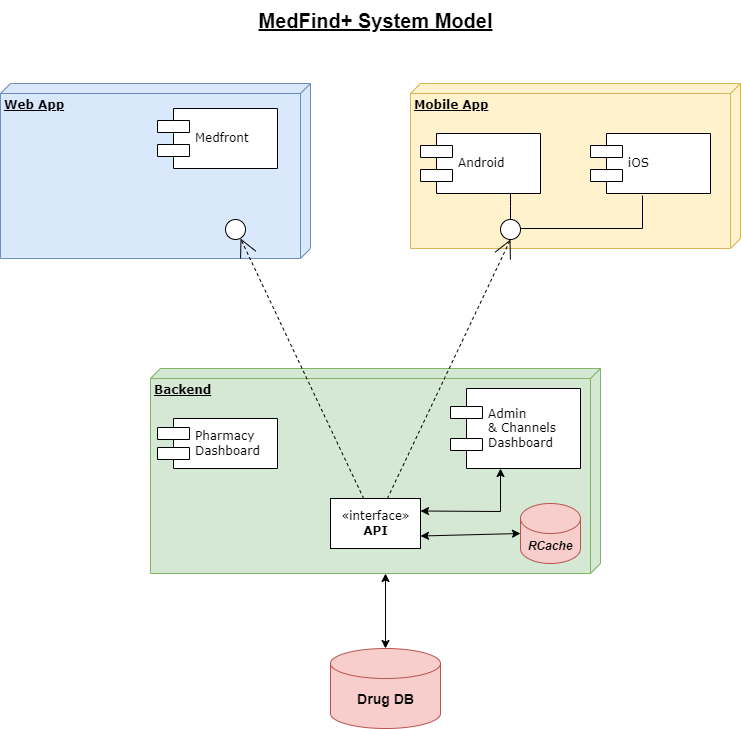
Above: MedFind01.drawio.png in cephydex/archdiags (draw.io), before the change. Source tidied: cells renumbered, new cells last; positions are measured from the earlier drawing's top-left corner, leaving out a move shared by most shapes. Source of this version:
```xml
<mxGraphModel background="#ffffff">
  <root>
    <mxCell id="0" />
    <mxCell id="1" parent="0" />
    <mxCell id="2" value="&lt;b&gt;Web App&lt;/b&gt;" style="verticalAlign=top;align=left;spacingTop=8;spacingLeft=2;spacingRight=12;shape=cube;size=10;direction=south;fontStyle=4;html=1;rounded=0;shadow=0;comic=0;labelBackgroundColor=none;strokeWidth=1;fontFamily=Verdana;fontSize=12;fillColor=#dae8fc;strokeColor=#6c8ebf;" parent="1" vertex="1">
      <mxGeometry y="83" width="310" height="175" as="geometry" />
    </mxCell>
    <mxCell id="3" value="&lt;b&gt;Mobile App&lt;/b&gt;" style="verticalAlign=top;align=left;spacingTop=8;spacingLeft=2;spacingRight=12;shape=cube;size=10;direction=south;fontStyle=4;html=1;rounded=0;shadow=0;comic=0;labelBackgroundColor=none;strokeWidth=1;fontFamily=Verdana;fontSize=12;fillColor=#fff2cc;strokeColor=#d6b656;" parent="1" vertex="1">
      <mxGeometry x="410" y="83" width="330" height="165" as="geometry" />
    </mxCell>
    <mxCell id="4" value="&lt;b&gt;Backend&lt;/b&gt;" style="verticalAlign=top;align=left;spacingTop=8;spacingLeft=2;spacingRight=12;shape=cube;size=10;direction=south;fontStyle=4;html=1;rounded=0;shadow=0;comic=0;labelBackgroundColor=none;strokeWidth=1;fontFamily=Verdana;fontSize=12;fillColor=#d5e8d4;strokeColor=#82b366;" parent="1" vertex="1">
      <mxGeometry x="150" y="368" width="450" height="205" as="geometry" />
    </mxCell>
    <mxCell id="5" value="Medfront" style="shape=component;align=left;spacingLeft=36;rounded=0;shadow=0;comic=0;labelBackgroundColor=none;strokeWidth=1;fontFamily=Verdana;fontSize=12;html=1;" parent="1" vertex="1">
      <mxGeometry x="157" y="108" width="120" height="60" as="geometry" />
    </mxCell>
    <mxCell id="6" style="ellipse;whiteSpace=wrap;html=1;rounded=0;shadow=0;comic=0;labelBackgroundColor=none;strokeWidth=1;fontFamily=Verdana;fontSize=12;align=center;" parent="1" vertex="1">
      <mxGeometry x="225" y="219" width="20" height="20" as="geometry" />
    </mxCell>
    <mxCell id="7" value="Android" style="shape=component;align=left;spacingLeft=36;rounded=0;shadow=0;comic=0;labelBackgroundColor=none;strokeWidth=1;fontFamily=Verdana;fontSize=12;html=1;" parent="1" vertex="1">
      <mxGeometry x="420" y="133" width="120" height="60" as="geometry" />
    </mxCell>
    <mxCell id="8" value="Admin&lt;br&gt;&amp;amp; Channels &lt;br&gt;Dashboard" style="shape=component;align=left;spacingLeft=36;rounded=0;shadow=0;comic=0;labelBackgroundColor=none;strokeWidth=1;fontFamily=Verdana;fontSize=12;html=1;" parent="1" vertex="1">
      <mxGeometry x="450" y="388" width="130" height="80" as="geometry" />
    </mxCell>
    <mxCell id="9" style="edgeStyle=none;rounded=0;html=1;dashed=1;labelBackgroundColor=none;startArrow=none;startFill=0;startSize=8;endArrow=open;endFill=0;endSize=16;fontFamily=Verdana;fontSize=12;" parent="1" edge="1" source="14">
      <mxGeometry relative="1" as="geometry">
        <mxPoint x="240" y="238" as="targetPoint" />
      </mxGeometry>
    </mxCell>
    <mxCell id="10" style="edgeStyle=none;rounded=0;html=1;dashed=1;labelBackgroundColor=none;startArrow=none;startFill=0;startSize=8;endArrow=open;endFill=0;endSize=16;fontFamily=Verdana;fontSize=12;entryX=0.5;entryY=1;entryDx=0;entryDy=0;" parent="1" edge="1" source="14" target="20">
      <mxGeometry relative="1" as="geometry" />
    </mxCell>
    <mxCell id="11" style="edgeStyle=elbowEdgeStyle;rounded=0;html=1;labelBackgroundColor=none;startArrow=none;startFill=0;startSize=8;endArrow=none;endFill=0;endSize=16;fontFamily=Verdana;fontSize=12;" parent="1" edge="1" source="20" target="7">
      <mxGeometry relative="1" as="geometry" />
    </mxCell>
    <mxCell id="12" value="iOS" style="shape=component;align=left;spacingLeft=36;rounded=0;shadow=0;comic=0;labelBackgroundColor=none;strokeWidth=1;fontFamily=Verdana;fontSize=12;html=1;" parent="1" vertex="1">
      <mxGeometry x="590" y="133" width="120" height="60" as="geometry" />
    </mxCell>
    <mxCell id="13" style="edgeStyle=elbowEdgeStyle;rounded=0;html=1;labelBackgroundColor=none;startArrow=none;startFill=0;startSize=8;endArrow=none;endFill=0;endSize=16;fontFamily=Verdana;fontSize=12;entryX=0.433;entryY=1.033;entryDx=0;entryDy=0;entryPerimeter=0;" parent="1" edge="1" source="20" target="12">
      <mxGeometry relative="1" as="geometry">
        <Array as="points">
          <mxPoint x="642" y="228" />
          <mxPoint x="642" y="218" />
        </Array>
      </mxGeometry>
    </mxCell>
    <mxCell id="14" value="«interface»&lt;br&gt;&lt;b&gt;API&lt;/b&gt;" style="html=1;rounded=0;shadow=0;comic=0;labelBackgroundColor=none;strokeWidth=1;fontFamily=Verdana;fontSize=12;align=center;" parent="1" vertex="1">
      <mxGeometry x="330" y="498" width="90" height="50" as="geometry" />
    </mxCell>
    <mxCell id="15" style="shape=cylinder3;whiteSpace=wrap;html=1;boundedLbl=1;backgroundOutline=1;size=15;fillColor=#f8cecc;strokeColor=#b85450;" parent="1" vertex="1">
      <mxGeometry x="330" y="648" width="110" height="80" as="geometry" />
    </mxCell>
    <mxCell id="16" style="endArrow=classic;startArrow=classic;html=1;rounded=0;exitX=0.5;exitY=0;exitDx=0;exitDy=0;exitPerimeter=0;entryX=0;entryY=0;entryDx=205;entryDy=215;entryPerimeter=0;" parent="1" edge="1" source="15" target="4">
      <mxGeometry relative="1" as="geometry" />
    </mxCell>
    <mxCell id="17" value="Drug DB" style="text;html=1;align=center;verticalAlign=middle;strokeColor=none;fillColor=none;fontSize=14;fontStyle=1;" parent="1" vertex="1">
      <mxGeometry x="345" y="684" width="80" height="30" as="geometry" />
    </mxCell>
    <mxCell id="18" value="&lt;u&gt;MedFind+ System Model&lt;/u&gt;" style="text;html=1;align=center;verticalAlign=middle;strokeColor=none;fillColor=none;fontSize=20;fontStyle=1;" parent="1" vertex="1">
      <mxGeometry x="245" width="260" height="40" as="geometry" />
    </mxCell>
    <mxCell id="19" style="edgeStyle=elbowEdgeStyle;rounded=0;html=1;labelBackgroundColor=none;startArrow=none;startFill=0;startSize=8;endArrow=none;endFill=0;endSize=16;fontFamily=Verdana;fontSize=12;entryX=0.433;entryY=1.033;entryDx=0;entryDy=0;entryPerimeter=0;" parent="1" edge="1" target="20">
      <mxGeometry relative="1" as="geometry">
        <mxPoint x="510" y="228" as="sourcePoint" />
      </mxGeometry>
    </mxCell>
    <mxCell id="20" style="ellipse;whiteSpace=wrap;html=1;rounded=0;shadow=0;comic=0;labelBackgroundColor=none;strokeWidth=1;fontFamily=Verdana;fontSize=12;align=center;" parent="1" vertex="1">
      <mxGeometry x="500" y="219" width="20" height="20" as="geometry" />
    </mxCell>
    <mxCell id="21" value="Pharmacy&lt;br&gt;Dashboard" style="shape=component;align=left;spacingLeft=36;rounded=0;shadow=0;comic=0;labelBackgroundColor=none;strokeWidth=1;fontFamily=Verdana;fontSize=12;html=1;" parent="1" vertex="1">
      <mxGeometry x="157" y="418" width="120" height="50" as="geometry" />
    </mxCell>
    <mxCell id="22" value="&lt;i&gt;&lt;b&gt;RCache&lt;/b&gt;&lt;/i&gt;" style="shape=cylinder3;whiteSpace=wrap;html=1;boundedLbl=1;backgroundOutline=1;size=15;fillColor=#f8cecc;strokeColor=#b85450;" parent="1" vertex="1">
      <mxGeometry x="520" y="503" width="60" height="60" as="geometry" />
    </mxCell>
    <mxCell id="23" style="endArrow=classic;startArrow=classic;html=1;rounded=0;exitX=1;exitY=0.25;exitDx=0;exitDy=0;" parent="1" edge="1" source="14">
      <mxGeometry relative="1" as="geometry">
        <mxPoint x="500" y="468" as="targetPoint" />
        <Array as="points">
          <mxPoint x="500" y="511" />
        </Array>
      </mxGeometry>
    </mxCell>
    <mxCell id="24" style="endArrow=classic;startArrow=classic;html=1;rounded=0;exitX=1;exitY=0.75;exitDx=0;exitDy=0;exitPerimeter=0;entryX=0;entryY=0.5;entryDx=0;entryDy=0;entryPerimeter=0;" parent="1" edge="1" source="14" target="22">
      <mxGeometry relative="1" as="geometry" />
    </mxCell>
  </root>
</mxGraphModel>
```
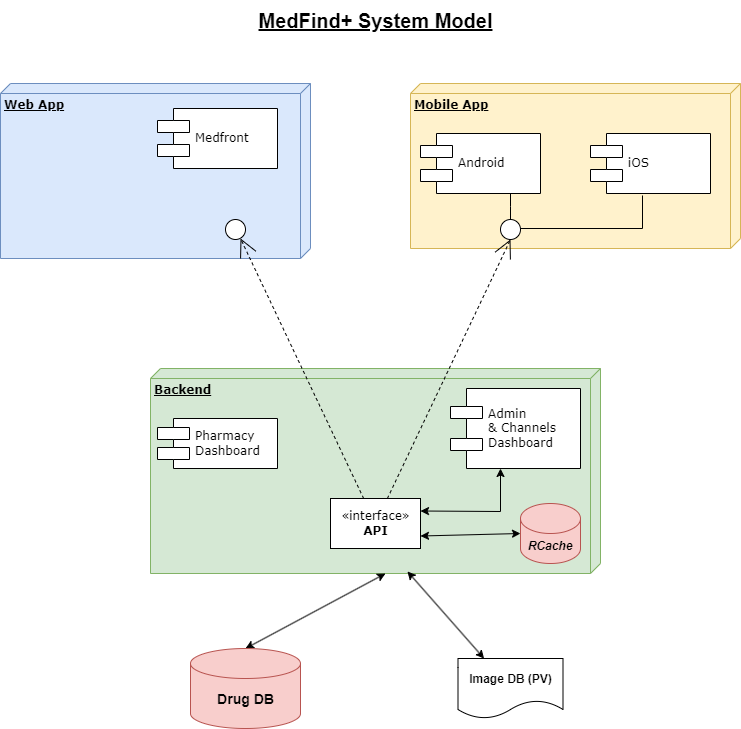
After the commit.

Diff of the diagram source:
```diff
@@ -48,15 +48,9 @@
     <mxCell id="14" value="«interface»&lt;br&gt;&lt;b&gt;API&lt;/b&gt;" style="html=1;rounded=0;shadow=0;comic=0;labelBackgroundColor=none;strokeWidth=1;fontFamily=Verdana;fontSize=12;align=center;" parent="1" vertex="1">
       <mxGeometry x="330" y="498" width="90" height="50" as="geometry" />
     </mxCell>
-    <mxCell id="15" style="shape=cylinder3;whiteSpace=wrap;html=1;boundedLbl=1;backgroundOutline=1;size=15;fillColor=#f8cecc;strokeColor=#b85450;" parent="1" vertex="1">
-      <mxGeometry x="330" y="648" width="110" height="80" as="geometry" />
-    </mxCell>
     <mxCell id="16" style="endArrow=classic;startArrow=classic;html=1;rounded=0;exitX=0.5;exitY=0;exitDx=0;exitDy=0;exitPerimeter=0;entryX=0;entryY=0;entryDx=205;entryDy=215;entryPerimeter=0;" parent="1" edge="1" source="15" target="4">
       <mxGeometry relative="1" as="geometry" />
     </mxCell>
-    <mxCell id="17" value="Drug DB" style="text;html=1;align=center;verticalAlign=middle;strokeColor=none;fillColor=none;fontSize=14;fontStyle=1;" parent="1" vertex="1">
-      <mxGeometry x="345" y="684" width="80" height="30" as="geometry" />
-    </mxCell>
     <mxCell id="18" value="&lt;u&gt;MedFind+ System Model&lt;/u&gt;" style="text;html=1;align=center;verticalAlign=middle;strokeColor=none;fillColor=none;fontSize=20;fontStyle=1;" parent="1" vertex="1">
       <mxGeometry x="245" width="260" height="40" as="geometry" />
     </mxCell>
@@ -85,5 +79,20 @@
     <mxCell id="24" style="endArrow=classic;startArrow=classic;html=1;rounded=0;exitX=1;exitY=0.75;exitDx=0;exitDy=0;exitPerimeter=0;entryX=0;entryY=0.5;entryDx=0;entryDy=0;entryPerimeter=0;" parent="1" edge="1" source="14" target="22">
       <mxGeometry relative="1" as="geometry" />
     </mxCell>
+    <mxCell id="25" value="&lt;b&gt;Image DB (PV)&lt;/b&gt;" style="shape=document;whiteSpace=wrap;html=1;boundedLbl=1;" parent="1" vertex="1">
+      <mxGeometry x="457.5" y="658" width="105" height="60" as="geometry" />
+    </mxCell>
+    <mxCell id="26" style="group;" parent="1" vertex="1">
+      <mxGeometry x="190" y="648" width="110" height="80" as="geometry" />
+    </mxCell>
+    <mxCell id="15" style="shape=cylinder3;whiteSpace=wrap;html=1;boundedLbl=1;backgroundOutline=1;size=15;fillColor=#f8cecc;strokeColor=#b85450;" parent="26" vertex="1">
+      <mxGeometry width="110" height="80" as="geometry" />
+    </mxCell>
+    <mxCell id="17" value="Drug DB" style="text;html=1;align=center;verticalAlign=middle;strokeColor=none;fillColor=none;fontSize=14;fontStyle=1;" parent="26" vertex="1">
+      <mxGeometry x="15" y="36" width="80" height="30" as="geometry" />
+    </mxCell>
+    <mxCell id="27" style="endArrow=classic;startArrow=classic;html=1;rounded=0;entryX=0.99;entryY=0.429;entryDx=0;entryDy=0;entryPerimeter=0;" parent="1" edge="1" source="25" target="4">
+      <mxGeometry relative="1" as="geometry" />
+    </mxCell>
   </root>
 </mxGraphModel>
```
